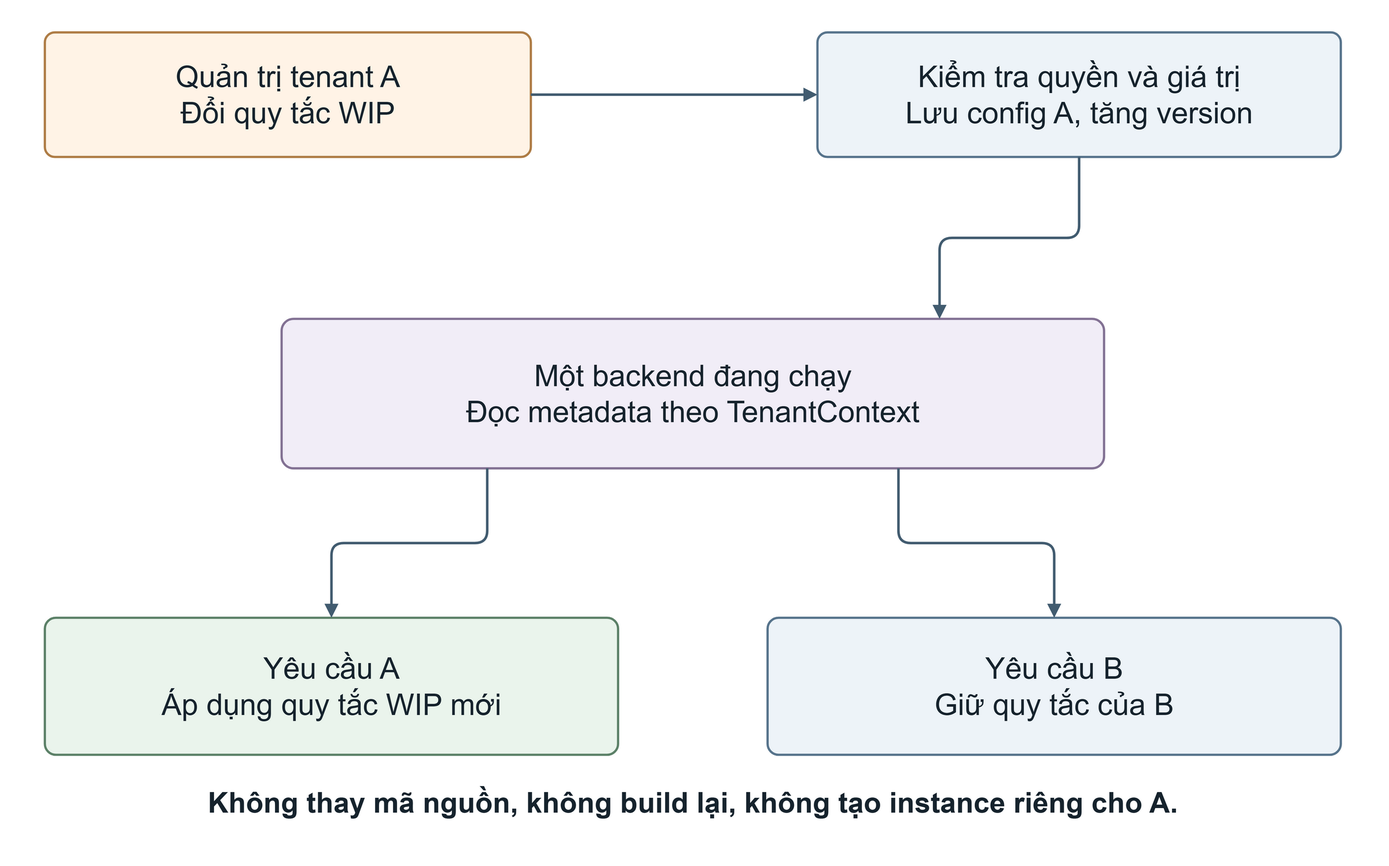
Earlier version of the draw.io export output/report-theo-dany/figures/editable-png/hinh_3_5_metadata.drawio.png (Hungcb123/NCKH-Hung). Source tidied: cells renumbered, new cells last; positions are measured from the earlier drawing's top-left corner, leaving out a move shared by most shapes.
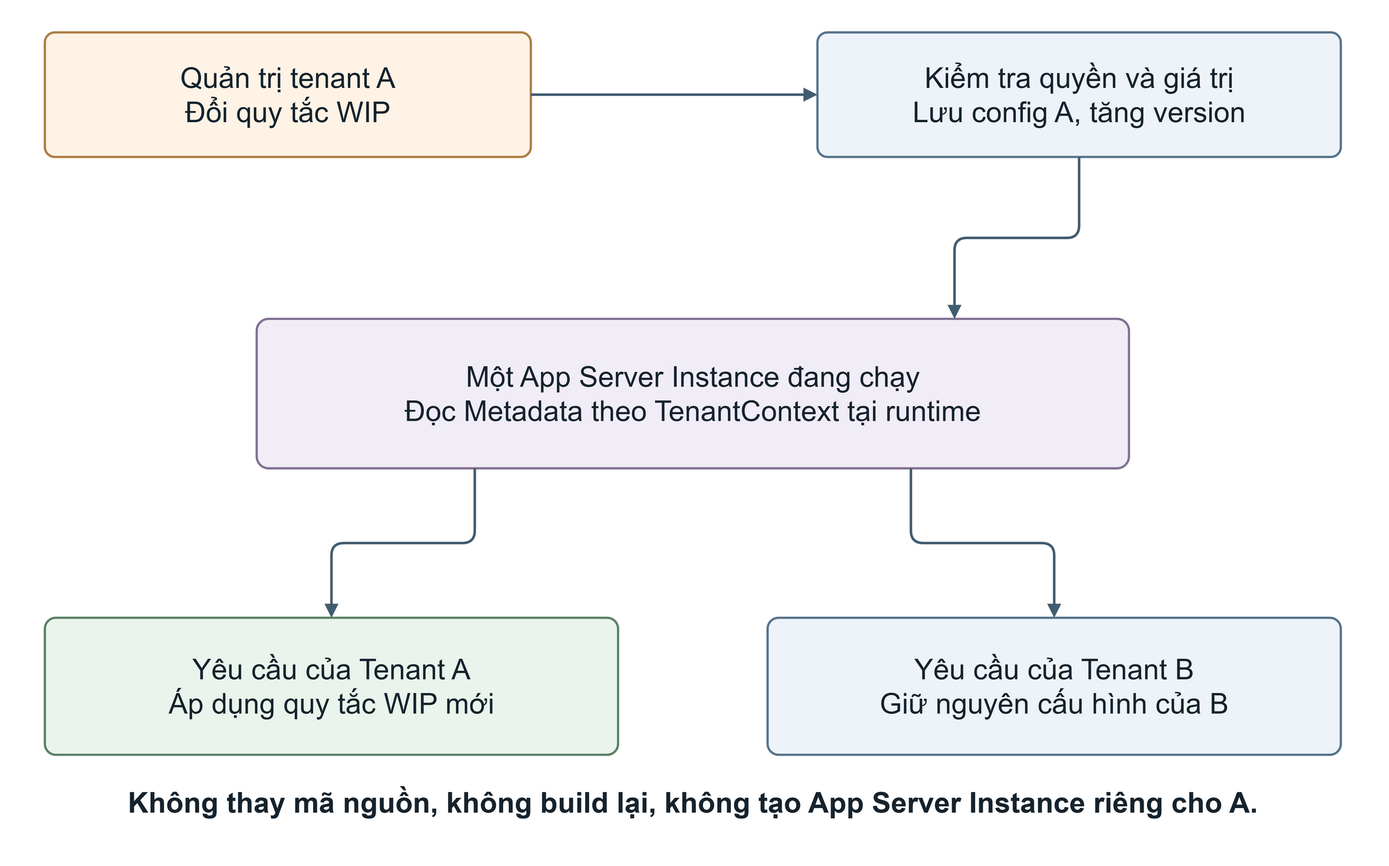
Later version of the same file.

Diff of the diagram source:
```diff
@@ -5,34 +5,34 @@
     <mxCell id="2" style="html=1;whiteSpace=wrap;fontFamily=Arial;fontColor=#16232D;fontSize=24;spacing=10;align=center;verticalAlign=middle;fillColor=none;strokeColor=none;" parent="1" vertex="1">
       <mxGeometry width="1100" height="680" as="geometry" />
     </mxCell>
-    <mxCell id="3" value="Quản trị tenant A&#10;Đổi quy tắc WIP" style="html=1;whiteSpace=wrap;fontFamily=Arial;fontColor=#16232D;fontSize=24;spacing=10;align=center;verticalAlign=middle;rounded=1;arcSize=8;fillColor=#FFF3E6;strokeColor=#AF7D46;strokeWidth=1.8;" parent="1" vertex="1">
+    <mxCell id="3" value="Quản trị tenant A&#10;Đổi quy tắc WIP" style="html=1;whiteSpace=wrap;fontFamily=Arial;fontColor=#16232D;fontSize=24;spacing=10;align=center;verticalAlign=middle;rounded=1;arcSize=8;fontSize=23;fillColor=#FFF3E6;strokeColor=#AF7D46;strokeWidth=1.8;" parent="1" vertex="1">
       <mxGeometry x="30" y="20" width="390" height="100" as="geometry" />
     </mxCell>
-    <mxCell id="4" value="Kiểm tra quyền và giá trị&#10;Lưu config A, tăng version" style="html=1;whiteSpace=wrap;fontFamily=Arial;fontColor=#16232D;fontSize=24;spacing=10;align=center;verticalAlign=middle;rounded=1;arcSize=8;fillColor=#EDF3F8;strokeColor=#57748C;strokeWidth=1.8;" parent="1" vertex="1">
+    <mxCell id="4" value="Kiểm tra quyền và giá trị&#10;Lưu config A, tăng version" style="html=1;whiteSpace=wrap;fontFamily=Arial;fontColor=#16232D;fontSize=24;spacing=10;align=center;verticalAlign=middle;rounded=1;arcSize=8;fontSize=23;fillColor=#EDF3F8;strokeColor=#57748C;strokeWidth=1.8;" parent="1" vertex="1">
       <mxGeometry x="650" y="20" width="420" height="100" as="geometry" />
     </mxCell>
-    <mxCell id="5" style="edgeStyle=orthogonalEdgeStyle;rounded=1;jettySize=auto;html=1;fontFamily=Arial;fontSize=21;fontColor=#16232D;labelBackgroundColor=#FFFFFF;strokeColor=#425C70;strokeWidth=2;endArrow=block;endFill=1;exitX=1;exitY=0.5;entryX=0;entryY=0.5;" parent="1" edge="1" source="3" target="4">
+    <mxCell id="5" style="edgeStyle=orthogonalEdgeStyle;rounded=1;jettySize=auto;html=1;fontFamily=Arial;fontSize=20;fontColor=#16232D;labelBackgroundColor=#FFFFFF;strokeColor=#425C70;strokeWidth=2;endArrow=block;endFill=1;exitX=1;exitY=0.5;entryX=0;entryY=0.5;" parent="1" edge="1" source="3" target="4">
       <mxGeometry relative="1" as="geometry" />
     </mxCell>
-    <mxCell id="6" value="Một backend đang chạy&#10;Đọc metadata theo TenantContext" style="html=1;whiteSpace=wrap;fontFamily=Arial;fontColor=#16232D;fontSize=24;spacing=10;align=center;verticalAlign=middle;rounded=1;arcSize=8;fillColor=#F1EDF7;strokeColor=#837294;strokeWidth=1.8;" parent="1" vertex="1">
-      <mxGeometry x="220" y="250" width="660" height="120" as="geometry" />
+    <mxCell id="6" value="Một App Server Instance đang chạy&#10;Đọc Metadata theo TenantContext tại runtime" style="html=1;whiteSpace=wrap;fontFamily=Arial;fontColor=#16232D;fontSize=24;spacing=10;align=center;verticalAlign=middle;rounded=1;arcSize=8;fontSize=23;fillColor=#F1EDF7;strokeColor=#837294;strokeWidth=1.8;" parent="1" vertex="1">
+      <mxGeometry x="200" y="250" width="700" height="120" as="geometry" />
     </mxCell>
-    <mxCell id="7" style="edgeStyle=orthogonalEdgeStyle;rounded=1;jettySize=auto;html=1;fontFamily=Arial;fontSize=21;fontColor=#16232D;labelBackgroundColor=#FFFFFF;strokeColor=#425C70;strokeWidth=2;endArrow=block;endFill=1;exitX=0.5;exitY=1;entryX=0.8;entryY=0;" parent="1" edge="1" source="4" target="6">
+    <mxCell id="7" style="edgeStyle=orthogonalEdgeStyle;rounded=1;jettySize=auto;html=1;fontFamily=Arial;fontSize=20;fontColor=#16232D;labelBackgroundColor=#FFFFFF;strokeColor=#425C70;strokeWidth=2;endArrow=block;endFill=1;exitX=0.5;exitY=1;entryX=0.8;entryY=0;" parent="1" edge="1" source="4" target="6">
       <mxGeometry relative="1" as="geometry" />
     </mxCell>
-    <mxCell id="8" value="Yêu cầu A&#10;Áp dụng quy tắc WIP mới" style="html=1;whiteSpace=wrap;fontFamily=Arial;fontColor=#16232D;fontSize=24;spacing=10;align=center;verticalAlign=middle;rounded=1;arcSize=8;fillColor=#EAF4EC;strokeColor=#5C8168;strokeWidth=1.8;" parent="1" vertex="1">
+    <mxCell id="8" value="Yêu cầu của Tenant A&#10;Áp dụng quy tắc WIP mới" style="html=1;whiteSpace=wrap;fontFamily=Arial;fontColor=#16232D;fontSize=24;spacing=10;align=center;verticalAlign=middle;rounded=1;arcSize=8;fontSize=23;fillColor=#EAF4EC;strokeColor=#5C8168;strokeWidth=1.8;" parent="1" vertex="1">
       <mxGeometry x="30" y="490" width="460" height="110" as="geometry" />
     </mxCell>
-    <mxCell id="9" value="Yêu cầu B&#10;Giữ quy tắc của B" style="html=1;whiteSpace=wrap;fontFamily=Arial;fontColor=#16232D;fontSize=24;spacing=10;align=center;verticalAlign=middle;rounded=1;arcSize=8;fillColor=#EDF3F8;strokeColor=#57748C;strokeWidth=1.8;" parent="1" vertex="1">
+    <mxCell id="9" value="Yêu cầu của Tenant B&#10;Giữ nguyên cấu hình của B" style="html=1;whiteSpace=wrap;fontFamily=Arial;fontColor=#16232D;fontSize=24;spacing=10;align=center;verticalAlign=middle;rounded=1;arcSize=8;fontSize=23;fillColor=#EDF3F8;strokeColor=#57748C;strokeWidth=1.8;" parent="1" vertex="1">
       <mxGeometry x="610" y="490" width="460" height="110" as="geometry" />
     </mxCell>
-    <mxCell id="10" style="edgeStyle=orthogonalEdgeStyle;rounded=1;jettySize=auto;html=1;fontFamily=Arial;fontSize=21;fontColor=#16232D;labelBackgroundColor=#FFFFFF;strokeColor=#425C70;strokeWidth=2;endArrow=block;endFill=1;exitX=0.25;exitY=1;entryX=0.5;entryY=0;" parent="1" edge="1" source="6" target="8">
+    <mxCell id="10" style="edgeStyle=orthogonalEdgeStyle;rounded=1;jettySize=auto;html=1;fontFamily=Arial;fontSize=20;fontColor=#16232D;labelBackgroundColor=#FFFFFF;strokeColor=#425C70;strokeWidth=2;endArrow=block;endFill=1;exitX=0.25;exitY=1;entryX=0.5;entryY=0;" parent="1" edge="1" source="6" target="8">
       <mxGeometry relative="1" as="geometry" />
     </mxCell>
-    <mxCell id="11" style="edgeStyle=orthogonalEdgeStyle;rounded=1;jettySize=auto;html=1;fontFamily=Arial;fontSize=21;fontColor=#16232D;labelBackgroundColor=#FFFFFF;strokeColor=#425C70;strokeWidth=2;endArrow=block;endFill=1;exitX=0.75;exitY=1;entryX=0.5;entryY=0;" parent="1" edge="1" source="6" target="9">
+    <mxCell id="11" style="edgeStyle=orthogonalEdgeStyle;rounded=1;jettySize=auto;html=1;fontFamily=Arial;fontSize=20;fontColor=#16232D;labelBackgroundColor=#FFFFFF;strokeColor=#425C70;strokeWidth=2;endArrow=block;endFill=1;exitX=0.75;exitY=1;entryX=0.5;entryY=0;" parent="1" edge="1" source="6" target="9">
       <mxGeometry relative="1" as="geometry" />
     </mxCell>
-    <mxCell id="12" value="Không thay mã nguồn, không build lại, không tạo instance riêng cho A." style="html=1;whiteSpace=wrap;fontFamily=Arial;fontColor=#16232D;fontSize=24;spacing=10;align=center;verticalAlign=middle;text;strokeColor=none;fillColor=none;fontSize=23;fontStyle=1;align=center;spacing=0;" parent="1" vertex="1">
+    <mxCell id="12" value="Không thay mã nguồn, không build lại, không tạo App Server Instance riêng cho A." style="html=1;whiteSpace=wrap;fontFamily=Arial;fontColor=#16232D;fontSize=24;spacing=10;align=center;verticalAlign=middle;text;strokeColor=none;fillColor=none;fontSize=23;fontStyle=1;align=center;spacing=0;" parent="1" vertex="1">
       <mxGeometry x="35" y="620" width="1030" height="45" as="geometry" />
     </mxCell>
   </root>
```
